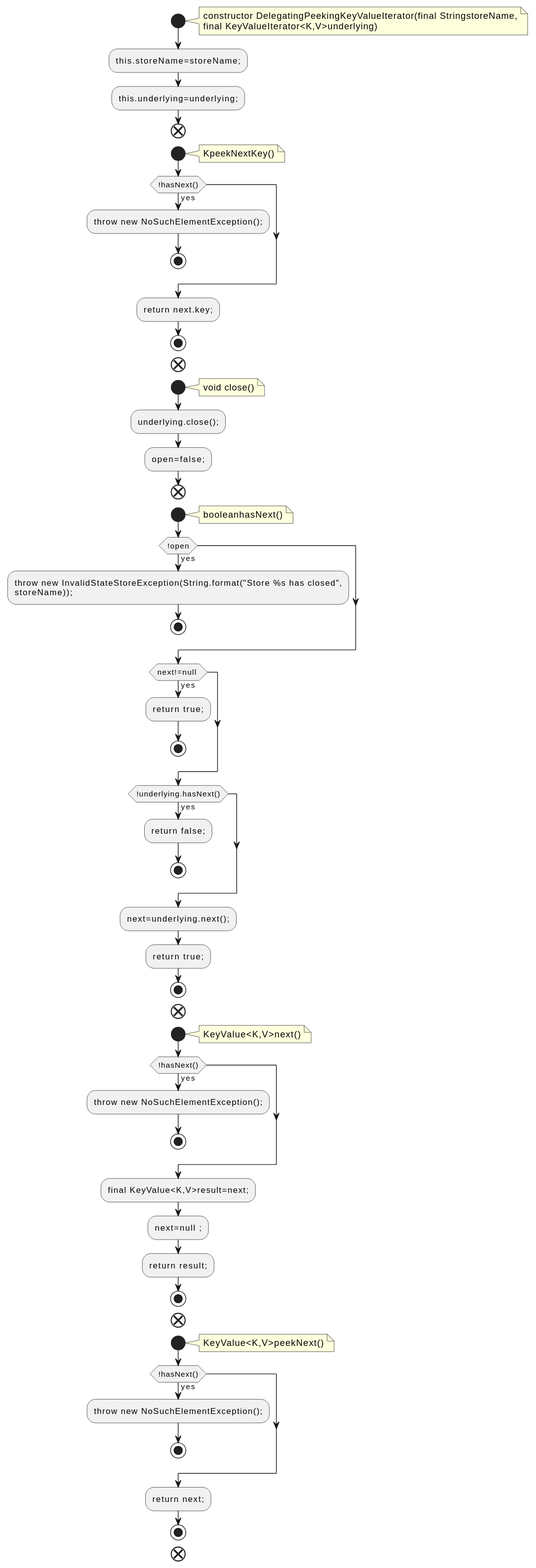
qualitesys/kafka keeps this PlantUML diagram as docs/qc/streams/src/main/java/org/apache/kafka/streams/state/internals/DelegatingPeekingKeyValueIterator.java.fct.svg. Above is the earlier version.
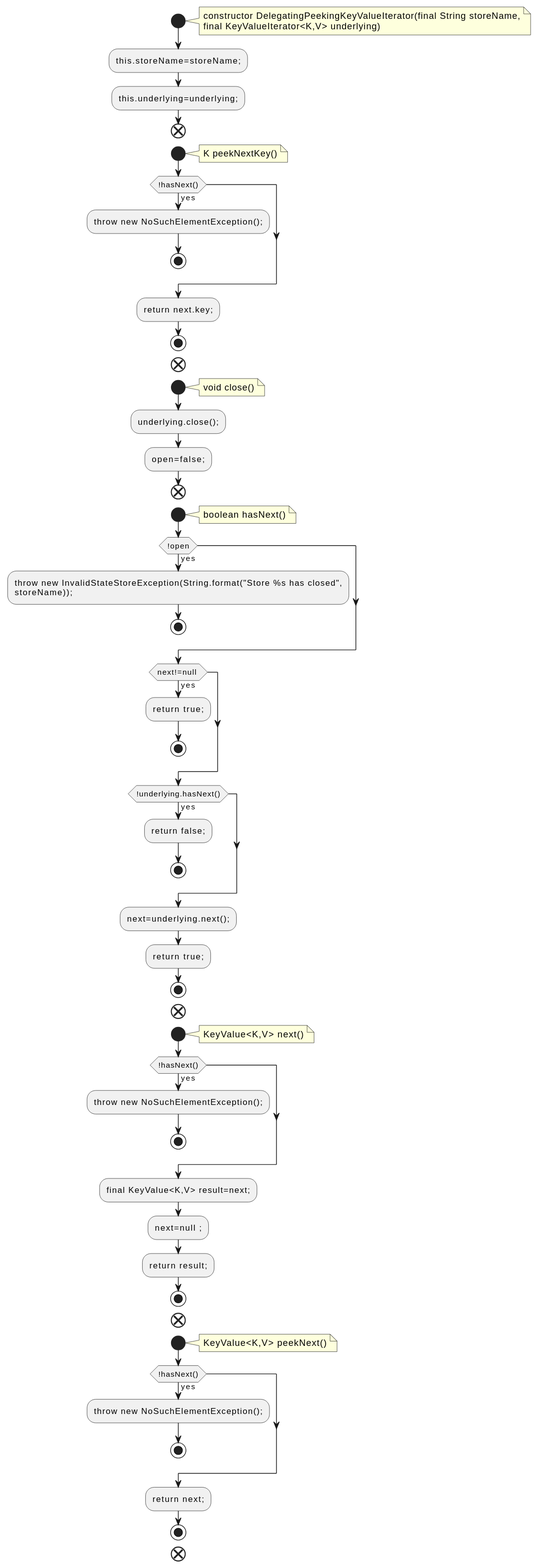
After the change.

The edit, as a diff of the source:
```diff
@@ -2,15 +2,15 @@
 !pragma layout smetana
 start
 note right
-constructor DelegatingPeekingKeyValueIterator(final StringstoreName,
-final KeyValueIterator<K,V>underlying)
+constructor DelegatingPeekingKeyValueIterator(final String storeName,
+final KeyValueIterator<K,V> underlying)
 end note
 :this.storeName=storeName;;
 :this.underlying=underlying;;
 end
 start
 note right
-KpeekNextKey()
+K peekNextKey()
 end note
 if (!hasNext()) then (yes)
 :throw new NoSuchElementException();;
@@ -28,7 +28,7 @@
 end
 start
 note right
-booleanhasNext()
+boolean hasNext()
 end note
 if (!open) then (yes)
 :throw new InvalidStateStoreException(String.format("Store %s has closed",
@@ -49,20 +49,20 @@
 end
 start
 note right
-KeyValue<K,V>next()
+KeyValue<K,V> next()
 end note
 if (!hasNext()) then (yes)
 :throw new NoSuchElementException();;
 stop
 endif
-:final KeyValue<K,V>result=next;;
+:final KeyValue<K,V> result=next;;
 :next=null ;;
 :return result;;
 stop
 end
 start
 note right
-KeyValue<K,V>peekNext()
+KeyValue<K,V> peekNext()
 end note
 if (!hasNext()) then (yes)
 :throw new NoSuchElementException();;
```
